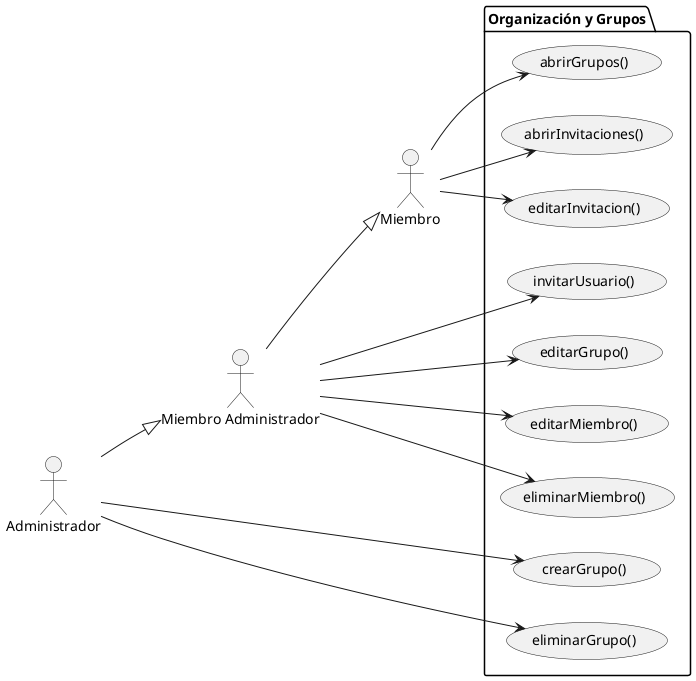
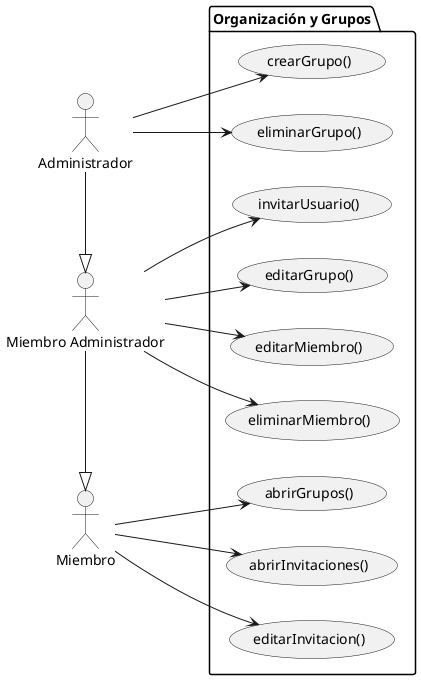
- @startuml DiagramaOrganizacionYGruposUnificado
+ @startuml DiagramaOrganizacionYGrupos
left to right direction

actor "Administrador" as Admin
actor "Miembro Administrador" as MiemAdmin
actor "Miembro" as Miem

- Admin -[hidden]down- MiemAdmin
- MiemAdmin -[hidden]down- Miem
- 
- Admin -down-|> MiemAdmin
- MiemAdmin -down-|> Miem
+ Admin -right-|> MiemAdmin
+ MiemAdmin -right-|> Miem

package "Organización y Grupos" {
    usecase "crearGrupo()" as UC_G1
    usecase "eliminarGrupo()" as UC_G4
    usecase "invitarUsuario()" as UC_G2
    usecase "editarGrupo()" as UC_G3
    usecase "editarMiembro()" as UC_G5
    usecase "eliminarMiembro()" as UC_G6
    usecase "abrirGrupos()" as UC_G7
    usecase "abrirInvitaciones()" as UC_G8
    usecase "editarInvitacion()" as UC_G9
}

Admin --> UC_G1
Admin --> UC_G4

MiemAdmin --> UC_G2
MiemAdmin --> UC_G3
MiemAdmin --> UC_G5
MiemAdmin --> UC_G6

Miem --> UC_G7
Miem --> UC_G8
Miem --> UC_G9

- 
@enduml